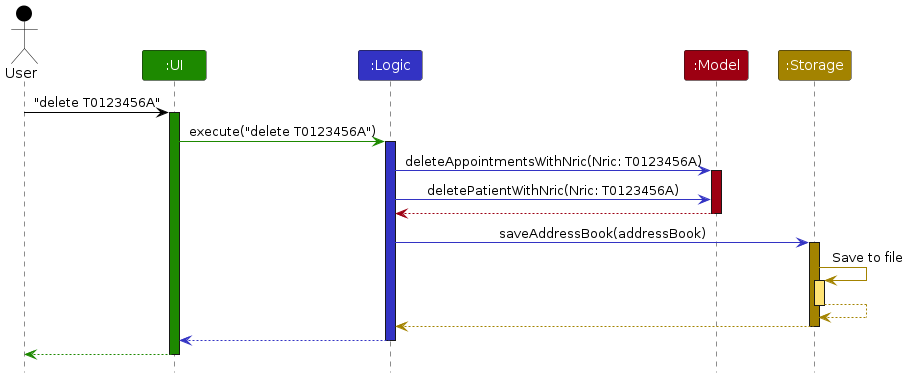
Earlier version of the PlantUML export diagrams/ArchitectureSequenceDiagram.png (AY2324S2-CS2103T-F10-3/tp). Its source is kept beside it as diagrams/ArchitectureSequenceDiagram.puml.
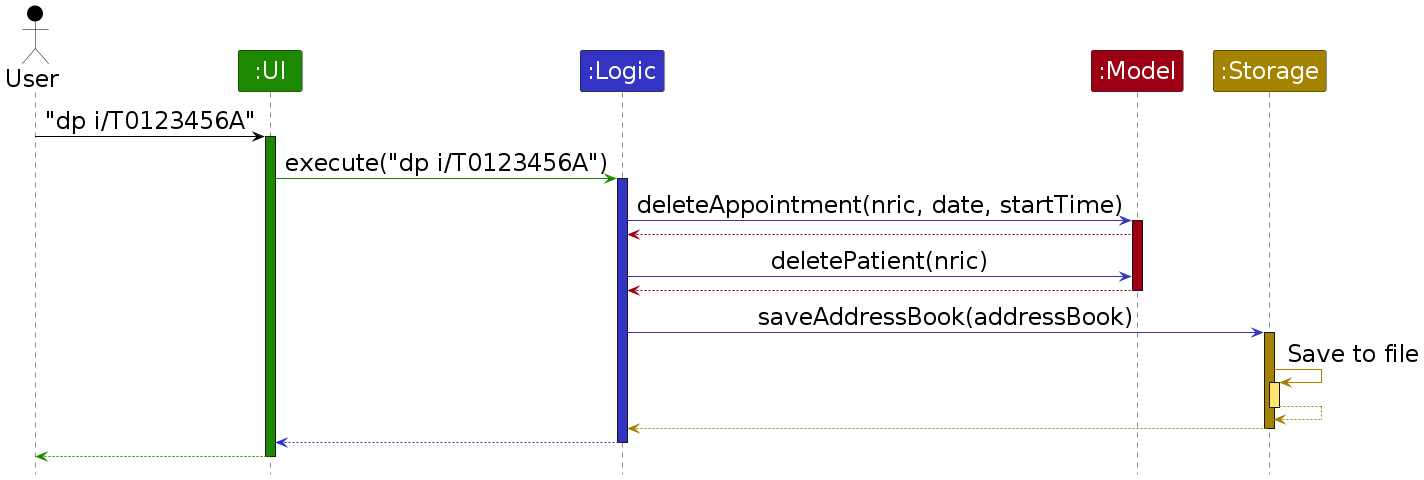
Above is the later version.

The edit, as a diff of the source:
```diff
@@ -1,6 +1,7 @@
 @startuml
 !include style.puml
 skinparam ArrowFontStyle plain
+skinparam defaultFontSize 24
 
 Actor User as user USER_COLOR
 Participant ":UI" as ui UI_COLOR
@@ -8,16 +9,17 @@
 Participant ":Model" as model MODEL_COLOR
 Participant ":Storage" as storage STORAGE_COLOR
 
-user -[USER_COLOR]> ui : "delete T0123456A"
+user -[USER_COLOR]> ui : "dp i/T0123456A"
 activate ui UI_COLOR
 
-ui -[UI_COLOR]> logic : execute("delete T0123456A")
+ui -[UI_COLOR]> logic : execute("dp i/T0123456A")
 activate logic LOGIC_COLOR
 
-logic -[LOGIC_COLOR]> model : deleteAppointmentsWithNric(Nric: T0123456A)
+logic -[LOGIC_COLOR]> model : deleteAppointment(nric, date, startTime)
 activate model MODEL_COLOR
+model -[MODEL_COLOR]-> logic
 
-logic -[LOGIC_COLOR]> model : deletePatientWithNric(Nric: T0123456A)
+logic -[LOGIC_COLOR]> model : deletePatient(nric)
 
 model -[MODEL_COLOR]-> logic
 deactivate model
```
